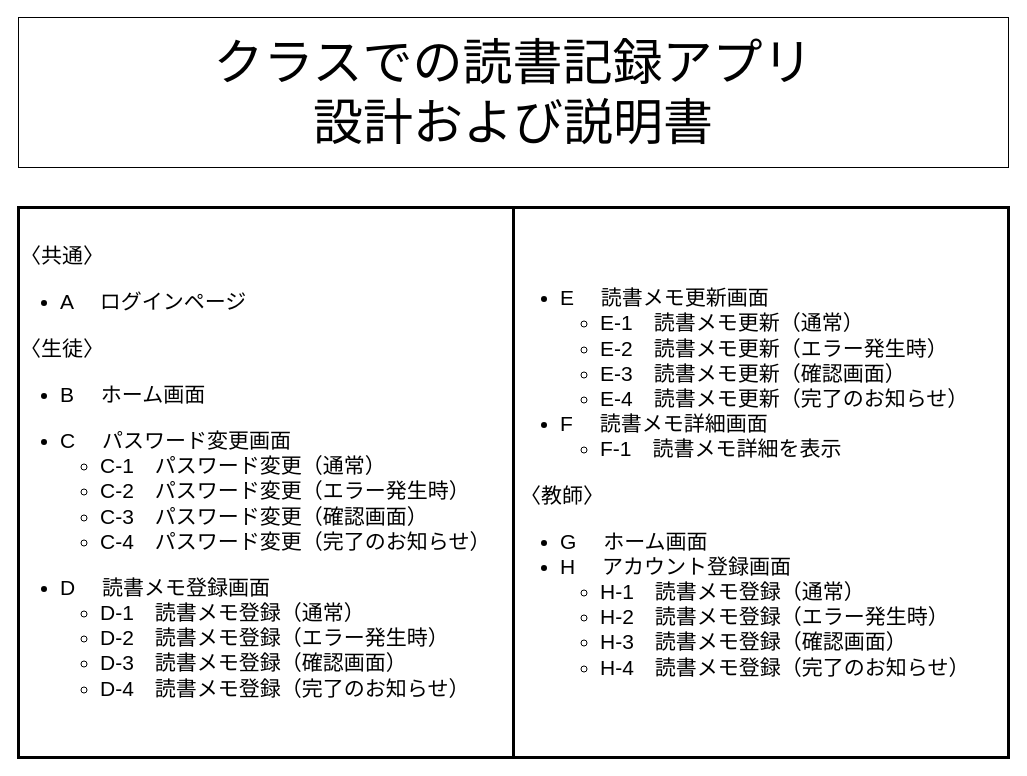
ono-Rom5-6/student-reading-log keeps this draw.io diagram as page "ページ1" (1 of 8) of ログインページ.drawio. Above is the earlier version. Source tidied: cells renumbered, new cells numbered last; positions are measured from the earlier drawing's top-left corner, leaving out a move shared by most shapes. Both pictures are drawn from the tidied source at 100%, with x=0, y=0 at pixel (18, 17).
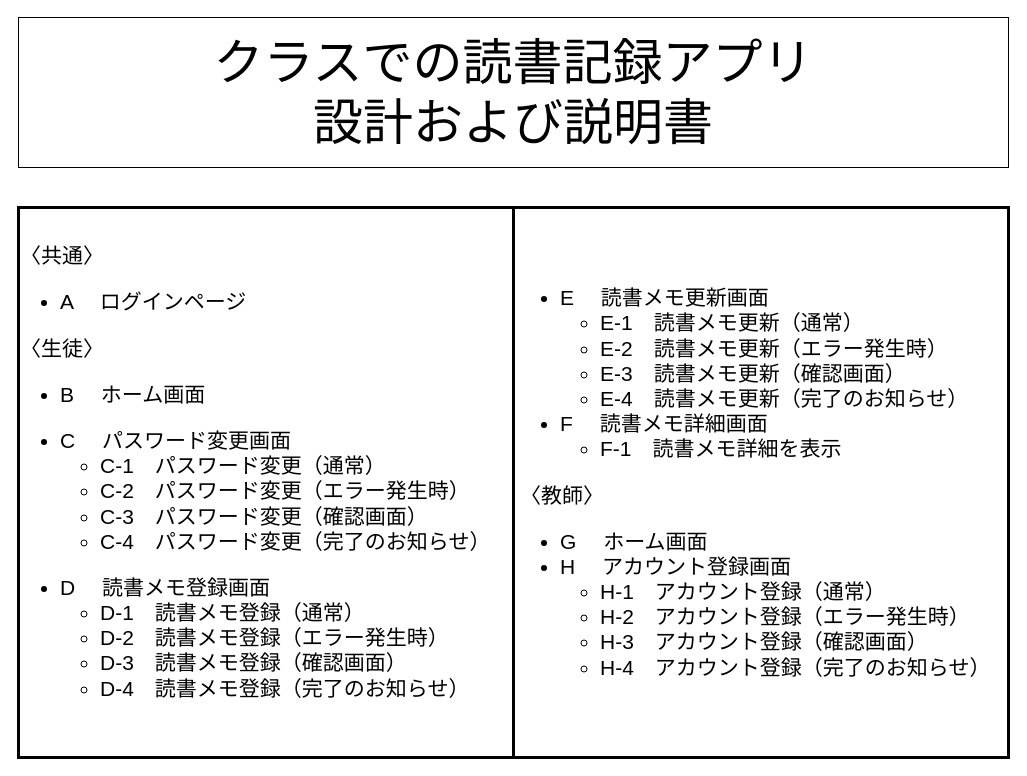
After the change.

The edit, as a diff of the source:
```diff
@@
 <mxGraphModel>
   <root>
     <mxCell id="0" />
     <mxCell id="1" parent="0" />
     <mxCell id="2" value="&lt;font style=&quot;font-size: 50px;&quot;&gt;クラスでの読書記録アプリ&lt;/font&gt;&lt;div style=&quot;font-size: 50px;&quot;&gt;&lt;font style=&quot;font-size: 50px;&quot;&gt;設計および説明書&lt;/font&gt;&lt;/div&gt;" style="rounded=0;whiteSpace=wrap;html=1;fontSize=30;" parent="1" vertex="1">
       <mxGeometry width="990" height="150" as="geometry" />
     </mxCell>
     <mxCell id="3" style="shape=table;startSize=0;childLayout=tableLayout;strokeWidth=3;" parent="1" vertex="1">
       <mxGeometry y="190" width="990" height="550" as="geometry" />
     </mxCell>
     <mxCell id="4" style="shape=tableRow;horizontal=0;startSize=0;swimlaneHead=0;swimlaneBody=0;strokeColor=inherit;top=0;left=0;bottom=0;right=0;fillColor=none;" parent="3" vertex="1">
       <mxGeometry width="990" height="550" as="geometry" />
     </mxCell>
     <mxCell id="5" style="shape=partialRectangle;html=1;whiteSpace=wrap;strokeColor=inherit;overflow=hidden;fillColor=none;top=0;left=0;bottom=0;right=0;" parent="4" vertex="1">
       <mxGeometry width="495" height="550" as="geometry" />
     </mxCell>
     <mxCell id="6" style="shape=partialRectangle;html=1;whiteSpace=wrap;strokeColor=inherit;overflow=hidden;fillColor=none;top=0;left=0;bottom=0;right=0;" parent="4" vertex="1">
       <mxGeometry x="495" width="495" height="550" as="geometry" />
     </mxCell>
     <mxCell id="7" value="&lt;span style=&quot;background-color: initial; font-size: 21px;&quot;&gt;〈共通〉&lt;/span&gt;&lt;br&gt;&lt;ul style=&quot;font-size: 21px;&quot;&gt;&lt;li&gt;&lt;span style=&quot;background-color: initial;&quot;&gt;A 　ログインページ&lt;/span&gt;&lt;/li&gt;&lt;/ul&gt;&lt;span style=&quot;background-color: initial; font-size: 21px;&quot;&gt;〈生徒〉&lt;/span&gt;&lt;br&gt;&lt;ul style=&quot;font-size: 21px;&quot;&gt;&lt;li&gt;&lt;span style=&quot;background-color: initial;&quot;&gt;B 　ホーム画面&lt;/span&gt;&lt;/li&gt;&lt;/ul&gt;&lt;ul style=&quot;font-size: 21px;&quot;&gt;&lt;li&gt;&lt;span style=&quot;background-color: initial;&quot;&gt;C 　パスワード変更画面&lt;/span&gt;&lt;/li&gt;&lt;ul&gt;&lt;li&gt;&lt;span style=&quot;background-color: initial;&quot;&gt;C-1　パスワード変更（通常）&lt;/span&gt;&lt;/li&gt;&lt;li&gt;&lt;span style=&quot;background-color: initial;&quot;&gt;C-2　パスワード変更（エラー発生時）&lt;/span&gt;&lt;/li&gt;&lt;li&gt;&lt;span style=&quot;background-color: initial;&quot;&gt;C-3　パスワード変更（確認画面）&lt;/span&gt;&lt;/li&gt;&lt;li&gt;&lt;span style=&quot;background-color: initial;&quot;&gt;C-4　パスワード変更（完了のお知らせ）&lt;/span&gt;&lt;/li&gt;&lt;/ul&gt;&lt;/ul&gt;&lt;ul style=&quot;font-size: 21px;&quot;&gt;&lt;li&gt;&lt;span style=&quot;background-color: initial;&quot;&gt;D 　読書メモ登録画面&lt;/span&gt;&lt;/li&gt;&lt;ul&gt;&lt;li&gt;&lt;span style=&quot;background-color: initial;&quot;&gt;D-1　読書メモ登録（通常）　&lt;/span&gt;&lt;/li&gt;&lt;li&gt;&lt;span style=&quot;background-color: initial;&quot;&gt;D-2　読書メモ登録（エラー発生時）&lt;/span&gt;&lt;/li&gt;&lt;li&gt;&lt;span style=&quot;background-color: initial;&quot;&gt;D-3　読書メモ登録（確認画面）&lt;/span&gt;&lt;/li&gt;&lt;li&gt;&lt;span style=&quot;background-color: initial;&quot;&gt;D-4　読書メモ登録（完了のお知らせ）&lt;/span&gt;&lt;/li&gt;&lt;/ul&gt;&lt;/ul&gt;" style="text;html=1;align=left;verticalAlign=middle;whiteSpace=wrap;rounded=0;" parent="1" vertex="1">
       <mxGeometry y="190" width="490" height="550" as="geometry" />
     </mxCell>
-    <mxCell id="8" value="&lt;div style=&quot;font-size: 21px;&quot;&gt;&lt;ul&gt;&lt;li&gt;E 　読書メモ更新画面&lt;/li&gt;&lt;ul&gt;&lt;li&gt;E-1　読書メモ更新（通常）　&lt;/li&gt;&lt;li&gt;E-2　読書メモ更新（エラー発生時）&lt;/li&gt;&lt;li&gt;E-3　読書メモ更新（確認画面）&lt;/li&gt;&lt;li&gt;E-4　読書メモ更新（完了のお知らせ）&lt;/li&gt;&lt;/ul&gt;&lt;li&gt;F 　読書メモ詳細画面&lt;/li&gt;&lt;ul&gt;&lt;li&gt;F-1　読書メモ詳細を表示　&lt;/li&gt;&lt;/ul&gt;&lt;/ul&gt;&lt;span style=&quot;background-color: initial;&quot;&gt;〈教師〉&lt;/span&gt;&lt;br&gt;&lt;ul&gt;&lt;li&gt;G 　ホーム画面&lt;/li&gt;&lt;li&gt;H 　アカウント登録画面&lt;/li&gt;&lt;ul&gt;&lt;li&gt;H-1　読書メモ登録（通常）　&lt;/li&gt;&lt;li&gt;H-2　読書メモ登録（エラー発生時）&lt;/li&gt;&lt;li&gt;H-3　読書メモ登録（確認画面）&lt;/li&gt;&lt;li&gt;H-4　読書メモ登録（完了のお知らせ）&lt;/li&gt;&lt;/ul&gt;&lt;/ul&gt;&lt;/div&gt;" style="text;html=1;align=left;verticalAlign=middle;whiteSpace=wrap;rounded=0;" parent="1" vertex="1">
+    <mxCell id="8" value="&lt;div style=&quot;font-size: 21px;&quot;&gt;&lt;ul&gt;&lt;li&gt;E 　読書メモ更新画面&lt;/li&gt;&lt;ul&gt;&lt;li&gt;E-1　読書メモ更新（通常）　&lt;/li&gt;&lt;li&gt;E-2　読書メモ更新（エラー発生時）&lt;/li&gt;&lt;li&gt;E-3　読書メモ更新（確認画面）&lt;/li&gt;&lt;li&gt;E-4　読書メモ更新（完了のお知らせ）&lt;/li&gt;&lt;/ul&gt;&lt;li&gt;F 　読書メモ詳細画面&lt;/li&gt;&lt;ul&gt;&lt;li&gt;F-1　読書メモ詳細を表示　&lt;/li&gt;&lt;/ul&gt;&lt;/ul&gt;&lt;span style=&quot;background-color: initial;&quot;&gt;〈教師〉&lt;/span&gt;&lt;br&gt;&lt;ul&gt;&lt;li&gt;G 　ホーム画面&lt;/li&gt;&lt;li&gt;H 　アカウント登録画面&lt;/li&gt;&lt;ul&gt;&lt;li&gt;H-1　アカウント登録（通常）　&lt;/li&gt;&lt;li&gt;H-2　アカウント登録（エラー発生時）&lt;/li&gt;&lt;li&gt;H-3　アカウント登録（確認画面）&lt;/li&gt;&lt;li&gt;H-4　アカウント登録（完了のお知らせ）&lt;/li&gt;&lt;/ul&gt;&lt;/ul&gt;&lt;/div&gt;" style="text;html=1;align=left;verticalAlign=middle;whiteSpace=wrap;rounded=0;" parent="1" vertex="1">
       <mxGeometry x="500" y="190" width="490" height="550" as="geometry" />
     </mxCell>
   </root>
 </mxGraphModel>
```
